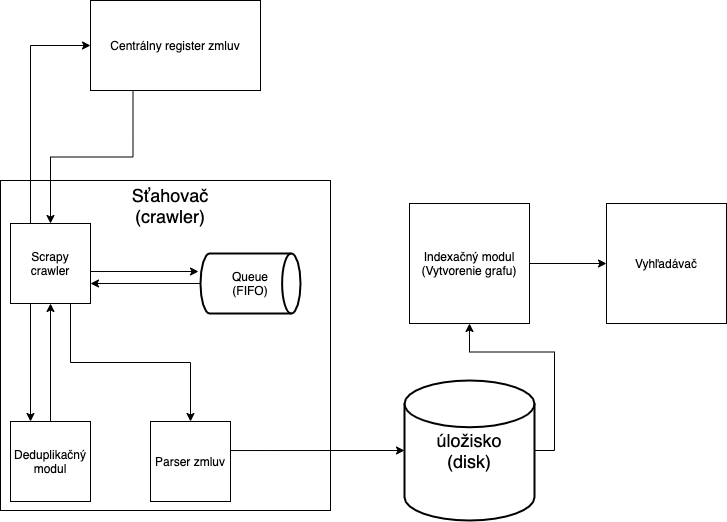
Before: docs/architecture.png, a diagram exported from draw.io (tomhoffer/crz-search). Source tidied: cells renumbered, new cells last; positions are measured from the earlier drawing's top-left corner, leaving out a move shared by most shapes. Its diagram source:
```xml
<mxGraphModel>
  <root>
    <mxCell id="0" />
    <mxCell id="1" parent="0" />
    <mxCell id="2" style="whiteSpace=wrap;html=1;" parent="1" vertex="1">
      <mxGeometry y="180" width="330" height="330" as="geometry" />
    </mxCell>
    <mxCell id="3" style="edgeStyle=orthogonalEdgeStyle;rounded=0;jettySize=auto;html=1;exitX=1;exitY=0.5;exitDx=0;exitDy=0;exitPerimeter=0;" parent="1" edge="1" source="4" target="20">
      <mxGeometry relative="1" as="geometry" />
    </mxCell>
    <mxCell id="4" value="&lt;font style=&quot;font-size: 18px&quot;&gt;úložisko&lt;br&gt;(disk)&lt;/font&gt;" style="strokeWidth=2;html=1;shape=mxgraph.flowchart.database;whiteSpace=wrap;" parent="1" vertex="1">
      <mxGeometry x="404" y="380" width="130" height="140" as="geometry" />
    </mxCell>
    <mxCell id="5" style="edgeStyle=orthogonalEdgeStyle;rounded=0;jettySize=auto;html=1;exitX=1;exitY=0.6;exitDx=0;exitDy=0;entryX=-0.02;entryY=0.3;entryDx=0;entryDy=0;entryPerimeter=0;exitPerimeter=0;" parent="1" edge="1" source="9" target="13">
      <mxGeometry relative="1" as="geometry" />
    </mxCell>
    <mxCell id="6" style="edgeStyle=orthogonalEdgeStyle;rounded=0;jettySize=auto;html=1;exitX=0.25;exitY=0;exitDx=0;exitDy=0;entryX=0;entryY=0.5;entryDx=0;entryDy=0;" parent="1" edge="1" source="9" target="11">
      <mxGeometry relative="1" as="geometry" />
    </mxCell>
    <mxCell id="7" style="edgeStyle=orthogonalEdgeStyle;rounded=0;jettySize=auto;html=1;exitX=0.75;exitY=1;exitDx=0;exitDy=0;entryX=0.5;entryY=0;entryDx=0;entryDy=0;" parent="1" edge="1" source="9" target="17">
      <mxGeometry relative="1" as="geometry" />
    </mxCell>
    <mxCell id="8" style="edgeStyle=orthogonalEdgeStyle;rounded=0;jettySize=auto;html=1;exitX=0.25;exitY=1;exitDx=0;exitDy=0;entryX=0.25;entryY=0;entryDx=0;entryDy=0;" parent="1" edge="1" source="9" target="15">
      <mxGeometry relative="1" as="geometry" />
    </mxCell>
    <mxCell id="9" value="Scrapy&lt;br&gt;crawler" style="whiteSpace=wrap;html=1;" parent="1" vertex="1">
      <mxGeometry x="10" y="223" width="80" height="80" as="geometry" />
    </mxCell>
    <mxCell id="10" style="edgeStyle=orthogonalEdgeStyle;rounded=0;jettySize=auto;html=1;exitX=0.25;exitY=1;exitDx=0;exitDy=0;entryX=0.5;entryY=0;entryDx=0;entryDy=0;" parent="1" edge="1" source="11" target="9">
      <mxGeometry relative="1" as="geometry" />
    </mxCell>
    <mxCell id="11" value="Centrálny register zmluv" style="rounded=0;whiteSpace=wrap;html=1;" parent="1" vertex="1">
      <mxGeometry x="90" width="170" height="90" as="geometry" />
    </mxCell>
    <mxCell id="12" style="edgeStyle=orthogonalEdgeStyle;rounded=0;jettySize=auto;html=1;exitX=0;exitY=0.5;exitDx=0;exitDy=0;exitPerimeter=0;entryX=1;entryY=0.75;entryDx=0;entryDy=0;" parent="1" edge="1" source="13" target="9">
      <mxGeometry relative="1" as="geometry" />
    </mxCell>
    <mxCell id="13" value="Queue&lt;br&gt;(FIFO)" style="strokeWidth=2;html=1;shape=mxgraph.flowchart.direct_data;whiteSpace=wrap;" parent="1" vertex="1">
      <mxGeometry x="200" y="253" width="100" height="60" as="geometry" />
    </mxCell>
    <mxCell id="14" style="edgeStyle=orthogonalEdgeStyle;rounded=0;jettySize=auto;html=1;exitX=0.5;exitY=0;exitDx=0;exitDy=0;" parent="1" edge="1" source="15" target="9">
      <mxGeometry relative="1" as="geometry" />
    </mxCell>
    <mxCell id="15" value="Deduplikačný modul" style="whiteSpace=wrap;html=1;" parent="1" vertex="1">
      <mxGeometry x="10" y="421" width="80" height="80" as="geometry" />
    </mxCell>
    <mxCell id="16" style="edgeStyle=orthogonalEdgeStyle;rounded=0;jettySize=auto;html=1;exitX=1;exitY=0.363;exitDx=0;exitDy=0;entryX=0;entryY=0.5;entryDx=0;entryDy=0;entryPerimeter=0;exitPerimeter=0;" parent="1" edge="1" source="17" target="4">
      <mxGeometry relative="1" as="geometry" />
    </mxCell>
    <mxCell id="17" value="Parser zmluv" style="whiteSpace=wrap;html=1;" parent="1" vertex="1">
      <mxGeometry x="150" y="421" width="80" height="80" as="geometry" />
    </mxCell>
    <mxCell id="18" value="&lt;font style=&quot;font-size: 18px&quot;&gt;Sťahovač&lt;br&gt;(crawler)&lt;/font&gt;" style="text;html=1;strokeColor=none;fillColor=none;align=center;verticalAlign=middle;whiteSpace=wrap;rounded=0;" parent="1" vertex="1">
      <mxGeometry x="150" y="195" width="40" height="20" as="geometry" />
    </mxCell>
    <mxCell id="19" style="edgeStyle=orthogonalEdgeStyle;rounded=0;jettySize=auto;html=1;exitX=1;exitY=0.5;exitDx=0;exitDy=0;entryX=0;entryY=0.5;entryDx=0;entryDy=0;" parent="1" edge="1" source="20" target="21">
      <mxGeometry relative="1" as="geometry" />
    </mxCell>
    <mxCell id="20" value="Indexačný modul&lt;br&gt;(Vytvorenie grafu)" style="whiteSpace=wrap;html=1;" parent="1" vertex="1">
      <mxGeometry x="409" y="203" width="120" height="120" as="geometry" />
    </mxCell>
    <mxCell id="21" value="Vyhľadávač" style="whiteSpace=wrap;html=1;" parent="1" vertex="1">
      <mxGeometry x="606" y="203" width="120" height="120" as="geometry" />
    </mxCell>
  </root>
</mxGraphModel>
```
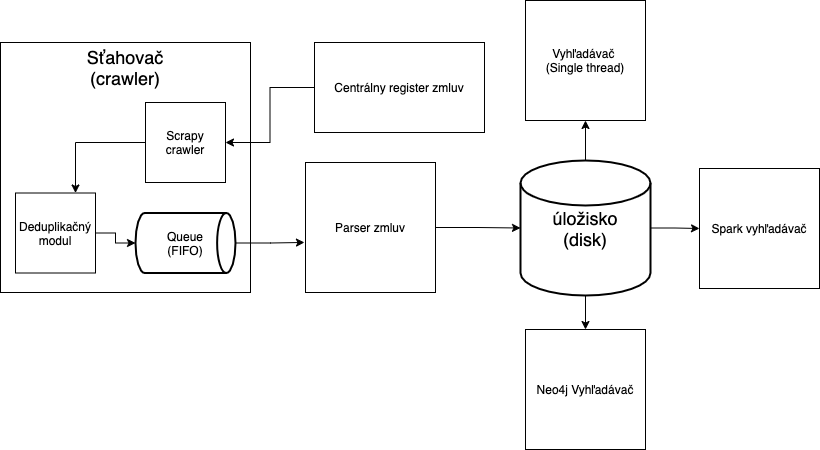
After the commit.

The edit, as a diff of the source:
```diff
@@ -3,64 +3,61 @@
     <mxCell id="0" />
     <mxCell id="1" parent="0" />
     <mxCell id="2" style="whiteSpace=wrap;html=1;" parent="1" vertex="1">
-      <mxGeometry y="180" width="330" height="330" as="geometry" />
+      <mxGeometry x="5" y="180" width="250" height="250" as="geometry" />
     </mxCell>
-    <mxCell id="3" style="edgeStyle=orthogonalEdgeStyle;rounded=0;jettySize=auto;html=1;exitX=1;exitY=0.5;exitDx=0;exitDy=0;exitPerimeter=0;" parent="1" edge="1" source="4" target="20">
+    <mxCell id="3" style="edgeStyle=orthogonalEdgeStyle;rounded=0;jettySize=auto;html=1;exitX=0.5;exitY=0;exitDx=0;exitDy=0;exitPerimeter=0;" parent="1" edge="1" source="4" target="20">
       <mxGeometry relative="1" as="geometry" />
     </mxCell>
+    <mxCell id="22" style="edgeStyle=orthogonalEdgeStyle;rounded=0;jettySize=auto;html=1;exitX=0.5;exitY=1;exitDx=0;exitDy=0;exitPerimeter=0;entryX=0.5;entryY=0;entryDx=0;entryDy=0;" parent="1" edge="1" source="4" target="27">
+      <mxGeometry relative="1" as="geometry" />
+    </mxCell>
+    <mxCell id="23" style="edgeStyle=orthogonalEdgeStyle;rounded=0;jettySize=auto;html=1;exitX=1;exitY=0.5;exitDx=0;exitDy=0;exitPerimeter=0;entryX=0;entryY=0.5;entryDx=0;entryDy=0;" parent="1" edge="1" source="4" target="26">
+      <mxGeometry relative="1" as="geometry" />
+    </mxCell>
     <mxCell id="4" value="&lt;font style=&quot;font-size: 18px&quot;&gt;úložisko&lt;br&gt;(disk)&lt;/font&gt;" style="strokeWidth=2;html=1;shape=mxgraph.flowchart.database;whiteSpace=wrap;" parent="1" vertex="1">
-      <mxGeometry x="404" y="380" width="130" height="140" as="geometry" />
+      <mxGeometry x="525" y="298" width="130" height="135" as="geometry" />
     </mxCell>
-    <mxCell id="5" style="edgeStyle=orthogonalEdgeStyle;rounded=0;jettySize=auto;html=1;exitX=1;exitY=0.6;exitDx=0;exitDy=0;entryX=-0.02;entryY=0.3;entryDx=0;entryDy=0;entryPerimeter=0;exitPerimeter=0;" parent="1" edge="1" source="9" target="13">
-      <mxGeometry relative="1" as="geometry" />
-    </mxCell>
-    <mxCell id="6" style="edgeStyle=orthogonalEdgeStyle;rounded=0;jettySize=auto;html=1;exitX=0.25;exitY=0;exitDx=0;exitDy=0;entryX=0;entryY=0.5;entryDx=0;entryDy=0;" parent="1" edge="1" source="9" target="11">
-      <mxGeometry relative="1" as="geometry" />
-    </mxCell>
-    <mxCell id="7" style="edgeStyle=orthogonalEdgeStyle;rounded=0;jettySize=auto;html=1;exitX=0.75;exitY=1;exitDx=0;exitDy=0;entryX=0.5;entryY=0;entryDx=0;entryDy=0;" parent="1" edge="1" source="9" target="17">
-      <mxGeometry relative="1" as="geometry" />
-    </mxCell>
-    <mxCell id="8" style="edgeStyle=orthogonalEdgeStyle;rounded=0;jettySize=auto;html=1;exitX=0.25;exitY=1;exitDx=0;exitDy=0;entryX=0.25;entryY=0;entryDx=0;entryDy=0;" parent="1" edge="1" source="9" target="15">
+    <mxCell id="8" style="edgeStyle=orthogonalEdgeStyle;rounded=0;jettySize=auto;html=1;exitX=0;exitY=0.5;exitDx=0;exitDy=0;entryX=0.75;entryY=0;entryDx=0;entryDy=0;" parent="1" edge="1" source="9" target="15">
       <mxGeometry relative="1" as="geometry" />
     </mxCell>
     <mxCell id="9" value="Scrapy&lt;br&gt;crawler" style="whiteSpace=wrap;html=1;" parent="1" vertex="1">
-      <mxGeometry x="10" y="223" width="80" height="80" as="geometry" />
+      <mxGeometry x="150" y="240" width="80" height="80" as="geometry" />
     </mxCell>
-    <mxCell id="10" style="edgeStyle=orthogonalEdgeStyle;rounded=0;jettySize=auto;html=1;exitX=0.25;exitY=1;exitDx=0;exitDy=0;entryX=0.5;entryY=0;entryDx=0;entryDy=0;" parent="1" edge="1" source="11" target="9">
+    <mxCell id="10" style="edgeStyle=orthogonalEdgeStyle;rounded=0;jettySize=auto;html=1;exitX=0;exitY=0.5;exitDx=0;exitDy=0;" parent="1" edge="1" source="11" target="9">
       <mxGeometry relative="1" as="geometry" />
     </mxCell>
     <mxCell id="11" value="Centrálny register zmluv" style="rounded=0;whiteSpace=wrap;html=1;" parent="1" vertex="1">
-      <mxGeometry x="90" width="170" height="90" as="geometry" />
+      <mxGeometry x="319" y="180" width="170" height="90" as="geometry" />
     </mxCell>
-    <mxCell id="12" style="edgeStyle=orthogonalEdgeStyle;rounded=0;jettySize=auto;html=1;exitX=0;exitY=0.5;exitDx=0;exitDy=0;exitPerimeter=0;entryX=1;entryY=0.75;entryDx=0;entryDy=0;" parent="1" edge="1" source="13" target="9">
-      <mxGeometry relative="1" as="geometry" />
-    </mxCell>
+    <mxCell id="24" style="edgeStyle=orthogonalEdgeStyle;rounded=0;jettySize=auto;html=1;exitX=1;exitY=0.5;exitDx=0;exitDy=0;exitPerimeter=0;entryX=-0.008;entryY=0.615;entryDx=0;entryDy=0;entryPerimeter=0;" parent="1" edge="1" source="13" target="17">
+      <mxGeometry relative="1" as="geometry" />
+    </mxCell>
     <mxCell id="13" value="Queue&lt;br&gt;(FIFO)" style="strokeWidth=2;html=1;shape=mxgraph.flowchart.direct_data;whiteSpace=wrap;" parent="1" vertex="1">
-      <mxGeometry x="200" y="253" width="100" height="60" as="geometry" />
+      <mxGeometry x="140" y="350.5" width="100" height="60" as="geometry" />
     </mxCell>
-    <mxCell id="14" style="edgeStyle=orthogonalEdgeStyle;rounded=0;jettySize=auto;html=1;exitX=0.5;exitY=0;exitDx=0;exitDy=0;" parent="1" edge="1" source="15" target="9">
-      <mxGeometry relative="1" as="geometry" />
-    </mxCell>
+    <mxCell id="25" style="edgeStyle=orthogonalEdgeStyle;rounded=0;jettySize=auto;html=1;exitX=1;exitY=0.5;exitDx=0;exitDy=0;" parent="1" edge="1" source="15" target="13">
+      <mxGeometry relative="1" as="geometry" />
+    </mxCell>
     <mxCell id="15" value="Deduplikačný modul" style="whiteSpace=wrap;html=1;" parent="1" vertex="1">
-      <mxGeometry x="10" y="421" width="80" height="80" as="geometry" />
+      <mxGeometry x="20" y="330.5" width="80" height="80" as="geometry" />
     </mxCell>
-    <mxCell id="16" style="edgeStyle=orthogonalEdgeStyle;rounded=0;jettySize=auto;html=1;exitX=1;exitY=0.363;exitDx=0;exitDy=0;entryX=0;entryY=0.5;entryDx=0;entryDy=0;entryPerimeter=0;exitPerimeter=0;" parent="1" edge="1" source="17" target="4">
+    <mxCell id="16" style="edgeStyle=orthogonalEdgeStyle;rounded=0;jettySize=auto;html=1;exitX=1;exitY=0.5;exitDx=0;exitDy=0;entryX=0;entryY=0.5;entryDx=0;entryDy=0;entryPerimeter=0;" parent="1" edge="1" source="17" target="4">
       <mxGeometry relative="1" as="geometry" />
     </mxCell>
     <mxCell id="17" value="Parser zmluv" style="whiteSpace=wrap;html=1;" parent="1" vertex="1">
-      <mxGeometry x="150" y="421" width="80" height="80" as="geometry" />
+      <mxGeometry x="310" y="300" width="130" height="130" as="geometry" />
     </mxCell>
     <mxCell id="18" value="&lt;font style=&quot;font-size: 18px&quot;&gt;Sťahovač&lt;br&gt;(crawler)&lt;/font&gt;" style="text;html=1;strokeColor=none;fillColor=none;align=center;verticalAlign=middle;whiteSpace=wrap;rounded=0;" parent="1" vertex="1">
-      <mxGeometry x="150" y="195" width="40" height="20" as="geometry" />
+      <mxGeometry x="110" y="195" width="40" height="20" as="geometry" />
     </mxCell>
-    <mxCell id="19" style="edgeStyle=orthogonalEdgeStyle;rounded=0;jettySize=auto;html=1;exitX=1;exitY=0.5;exitDx=0;exitDy=0;entryX=0;entryY=0.5;entryDx=0;entryDy=0;" parent="1" edge="1" source="20" target="21">
-      <mxGeometry relative="1" as="geometry" />
-    </mxCell>
-    <mxCell id="20" value="Indexačný modul&lt;br&gt;(Vytvorenie grafu)" style="whiteSpace=wrap;html=1;" parent="1" vertex="1">
-      <mxGeometry x="409" y="203" width="120" height="120" as="geometry" />
+    <mxCell id="20" value="Vyhľadávač &lt;br&gt;(Single thread)" style="whiteSpace=wrap;html=1;" parent="1" vertex="1">
+      <mxGeometry x="530" y="138" width="120" height="120" as="geometry" />
     </mxCell>
-    <mxCell id="21" value="Vyhľadávač" style="whiteSpace=wrap;html=1;" parent="1" vertex="1">
-      <mxGeometry x="606" y="203" width="120" height="120" as="geometry" />
-    </mxCell>
+    <mxCell id="26" value="Spark vyhľadávač" style="whiteSpace=wrap;html=1;" parent="1" vertex="1">
+      <mxGeometry x="704" y="306" width="120" height="120" as="geometry" />
+    </mxCell>
+    <mxCell id="27" value="Neo4j Vyhľadávač" style="whiteSpace=wrap;html=1;" parent="1" vertex="1">
+      <mxGeometry x="530" y="467" width="120" height="120" as="geometry" />
+    </mxCell>
   </root>
 </mxGraphModel>
```
